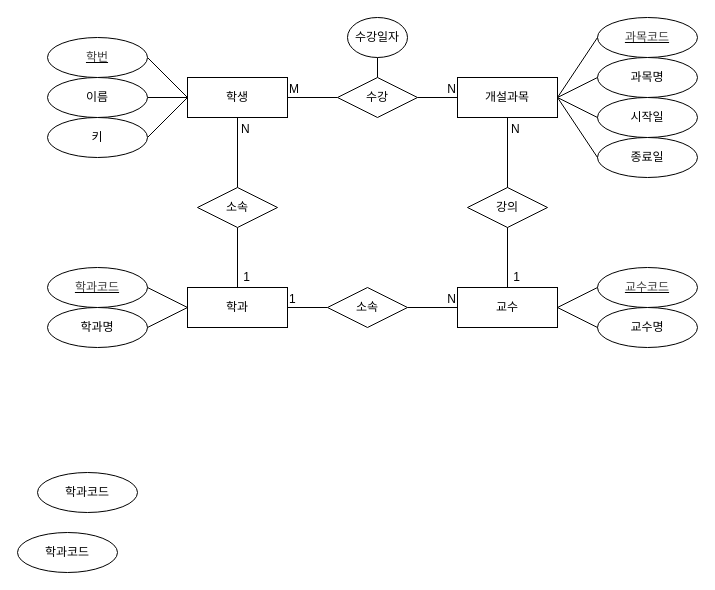
Before: page "학사관리ERD" (1 of 2) of erd/haksa.drawio in yongsky1025/database, a draw.io diagram. Source tidied: cells renumbered, new cells numbered last; positions are measured from the earlier drawing's top-left corner, leaving out a move shared by most shapes. Both pictures are drawn from the tidied source at 100%, with x=0, y=0 at pixel (17, 17).
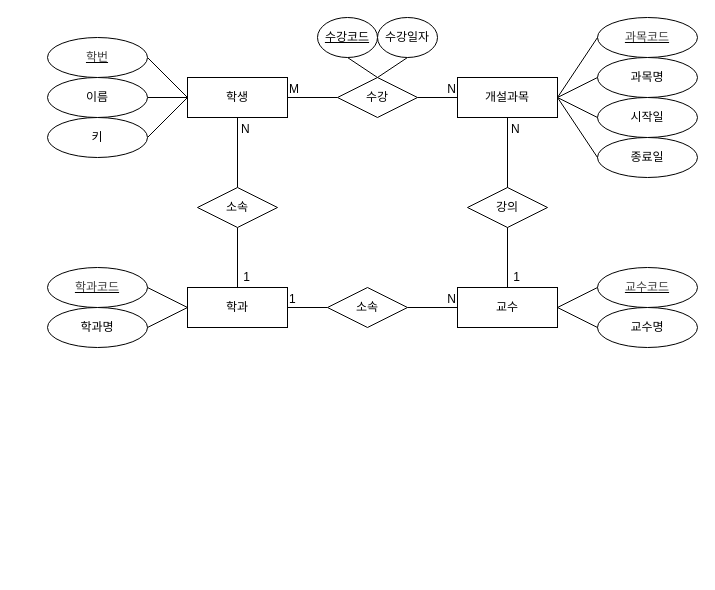
After the change.

The change refers to these unchanged cells:
```xml
<mxCell id="42" value="수강" style="shape=rhombus;perimeter=rhombusPerimeter;whiteSpace=wrap;html=1;align=center;" parent="1" vertex="1">
  <mxGeometry x="320" y="60" width="80" height="40" as="geometry" />
</mxCell>
```

What changed in the source:
```diff
@@
-    <mxCell id="19" value="학과코드" style="ellipse;whiteSpace=wrap;html=1;align=center;" parent="1" vertex="1">
-      <mxGeometry x="20" y="455" width="100" height="40" as="geometry" />
-    </mxCell>
-    <mxCell id="20" value="학과코드" style="ellipse;whiteSpace=wrap;html=1;align=center;" parent="1" vertex="1">
-      <mxGeometry y="515" width="100" height="40" as="geometry" />
-    </mxCell>
@@
     <mxCell id="43" value="수강일자" style="ellipse;whiteSpace=wrap;html=1;align=center;" parent="1" vertex="1">
-      <mxGeometry x="330" width="60" height="40" as="geometry" />
+      <mxGeometry x="360" width="60" height="40" as="geometry" />
     </mxCell>
@@
+    <mxCell id="51" style="edgeStyle=none;html=1;exitX=0.5;exitY=1;exitDx=0;exitDy=0;entryX=0.5;entryY=0;entryDx=0;entryDy=0;endArrow=none;endFill=0;" parent="1" edge="1" source="52" target="42">
+      <mxGeometry relative="1" as="geometry" />
+    </mxCell>
+    <mxCell id="52" value="수강코드" style="ellipse;whiteSpace=wrap;html=1;align=center;fontStyle=4;" parent="1" vertex="1">
+      <mxGeometry x="300" width="60" height="40" as="geometry" />
+    </mxCell>
```
